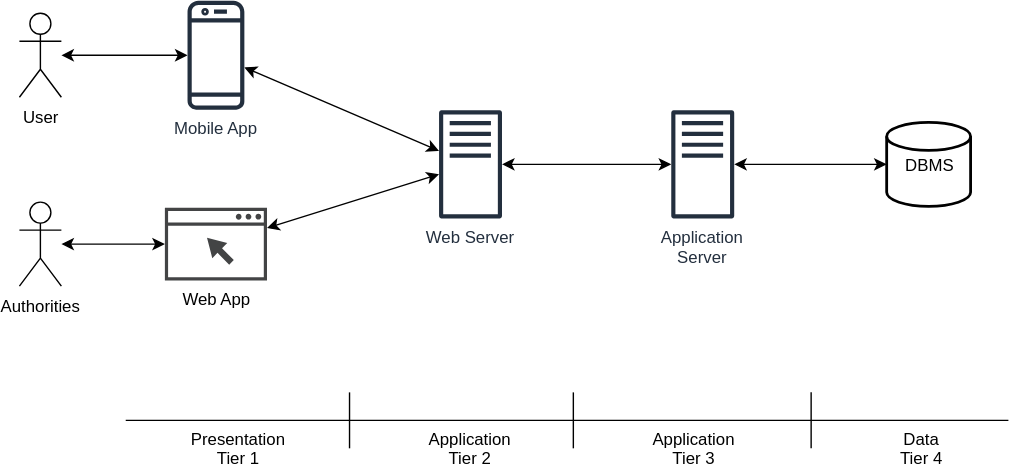
MarkNuar/Project_SE2 keeps this draw.io diagram as DD/images/exported/SimplifiedDeploymentView.svg. Above is the earlier version. Source tidied: cells renumbered, new cells last; positions are measured from the earlier drawing's top-left corner, leaving out a move shared by most shapes.
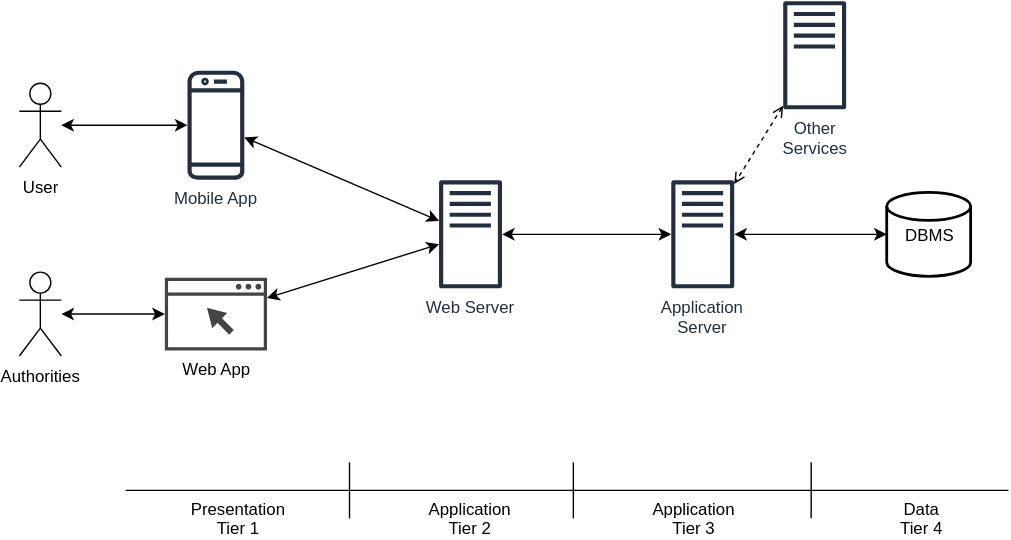
Above is the later version.

What changed in the source:
```diff
@@ -77,5 +77,11 @@
     <mxCell id="22" value="Web App" style="shadow=0;dashed=0;html=1;strokeColor=none;fillColor=#434445;labelPosition=center;verticalLabelPosition=bottom;verticalAlign=top;align=center;outlineConnect=0;shape=mxgraph.vvd.web_browser;" parent="1" vertex="1">
       <mxGeometry x="104" y="148" width="73" height="52" as="geometry" />
     </mxCell>
+    <mxCell id="23" style="rounded=0;jettySize=auto;html=1;dashed=1;startArrow=open;startFill=0;endArrow=open;endFill=0;" parent="1" edge="1" source="24" target="12">
+      <mxGeometry relative="1" as="geometry" />
+    </mxCell>
+    <mxCell id="24" value="Other &lt;br&gt;Services" style="outlineConnect=0;fontColor=#232F3E;gradientColor=none;fillColor=#232F3E;strokeColor=none;dashed=0;verticalLabelPosition=bottom;verticalAlign=top;align=center;html=1;fontSize=12;fontStyle=0;shape=mxgraph.aws4.traditional_server;" parent="1" vertex="1">
+      <mxGeometry x="546" y="-50" width="45" height="78" as="geometry" />
+    </mxCell>
   </root>
 </mxGraphModel>
```
